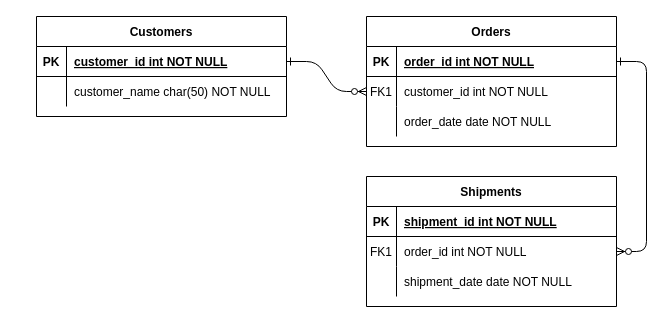
NayelNM/Despliegue-de-Alpicaion-Webb keeps this draw.io diagram as Diagrama sin título.drawio. Above is the earlier version. Source tidied: cells renumbered, new cells numbered last; positions are measured from the earlier drawing's top-left corner, leaving out a move shared by most shapes. Both pictures are drawn from the tidied source at 100%, with x=0, y=0 at pixel (36, 16).
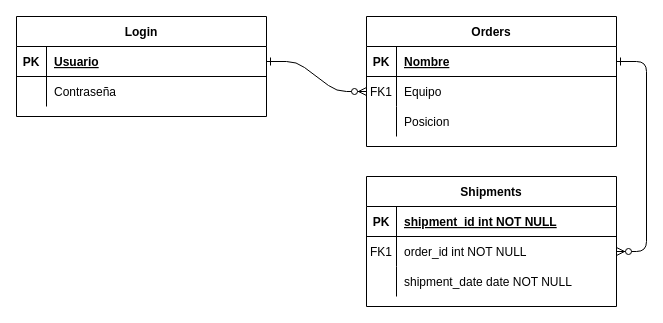
The same diagram, later.

Unchanged cells that the change refers to:
```xml
<mxCell id="5" style="shape=partialRectangle;fillColor=none;points=[[0,0.5],[1,0.5]];portConstraint=eastwest;top=0;left=0;right=0;bottom=1;" parent="4" vertex="1">
  <mxGeometry y="30" width="250" height="30" as="geometry" />
</mxCell>
<mxCell id="8" style="shape=partialRectangle;fillColor=none;points=[[0,0.5],[1,0.5]];portConstraint=eastwest;top=0;left=0;right=0;bottom=0;" parent="4" vertex="1">
  <mxGeometry y="60" width="250" height="30" as="geometry" />
</mxCell>
<mxCell id="11" style="shape=partialRectangle;fillColor=none;top=0;left=0;right=0;bottom=0;" parent="4" vertex="1">
  <mxGeometry y="90" width="250" height="30" as="geometry" />
</mxCell>
<mxCell id="25" style="shape=partialRectangle;fillColor=none;points=[[0,0.5],[1,0.5]];portConstraint=eastwest;top=0;left=0;right=0;bottom=1;" parent="24" vertex="1">
  <mxGeometry y="30" width="250" height="30" as="geometry" />
</mxCell>
<mxCell id="28" style="shape=partialRectangle;fillColor=none;top=0;left=0;right=0;bottom=0;" parent="24" vertex="1">
  <mxGeometry y="60" width="250" height="30" as="geometry" />
</mxCell>
```

Diff of the diagram source:
```diff
@@
-    <mxCell id="7" value="order_id int NOT NULL " style="shape=partialRectangle;overflow=hidden;fillColor=none;top=0;left=0;bottom=0;right=0;align=left;spacingLeft=6;fontStyle=5;" parent="5" vertex="1">
+    <mxCell id="7" value="Nombre" style="shape=partialRectangle;overflow=hidden;fillColor=none;top=0;left=0;bottom=0;right=0;align=left;spacingLeft=6;fontStyle=5;" parent="5" vertex="1">
       <mxGeometry x="30" width="220" height="30" as="geometry" />
     </mxCell>
@@
-    <mxCell id="10" value="customer_id int NOT NULL" style="shape=partialRectangle;overflow=hidden;fillColor=none;top=0;left=0;bottom=0;right=0;align=left;spacingLeft=6;" parent="8" vertex="1">
+    <mxCell id="10" value="Equipo" style="shape=partialRectangle;overflow=hidden;fillColor=none;top=0;left=0;bottom=0;right=0;align=left;spacingLeft=6;" parent="8" vertex="1">
       <mxGeometry x="30" width="220" height="30" as="geometry" />
     </mxCell>
@@
-    <mxCell id="13" value="order_date date NOT NULL" style="shape=partialRectangle;overflow=hidden;fillColor=none;top=0;left=0;bottom=0;right=0;align=left;spacingLeft=6;" parent="11" vertex="1">
+    <mxCell id="13" value="Posicion" style="shape=partialRectangle;overflow=hidden;fillColor=none;top=0;left=0;bottom=0;right=0;align=left;spacingLeft=6;" parent="11" vertex="1">
       <mxGeometry x="30" width="220" height="30" as="geometry" />
     </mxCell>
@@
-    <mxCell id="24" value="Customers" style="shape=table;startSize=30;childLayout=tableLayout;rowLines=0;fontStyle=1;align=center;" parent="1" vertex="1">
-      <mxGeometry width="250" height="100" as="geometry" />
+    <mxCell id="24" value="Login" style="shape=table;startSize=30;childLayout=tableLayout;rowLines=0;fontStyle=1;align=center;" parent="1" vertex="1">
+      <mxGeometry x="-20" width="250" height="100" as="geometry" />
     </mxCell>
@@
-    <mxCell id="27" value="customer_id int NOT NULL " style="shape=partialRectangle;overflow=hidden;fillColor=none;top=0;left=0;bottom=0;right=0;align=left;spacingLeft=6;fontStyle=5;" parent="25" vertex="1">
+    <mxCell id="27" value="Usuario" style="shape=partialRectangle;overflow=hidden;fillColor=none;top=0;left=0;bottom=0;right=0;align=left;spacingLeft=6;fontStyle=5;" parent="25" vertex="1">
       <mxGeometry x="30" width="220" height="30" as="geometry" />
     </mxCell>
@@
-    <mxCell id="30" value="customer_name char(50) NOT NULL" style="shape=partialRectangle;overflow=hidden;fillColor=none;top=0;left=0;bottom=0;right=0;align=left;spacingLeft=6;" parent="28" vertex="1">
+    <mxCell id="30" value="Contraseña" style="shape=partialRectangle;overflow=hidden;fillColor=none;top=0;left=0;bottom=0;right=0;align=left;spacingLeft=6;" parent="28" vertex="1">
       <mxGeometry x="30" width="220" height="30" as="geometry" />
     </mxCell>
```
